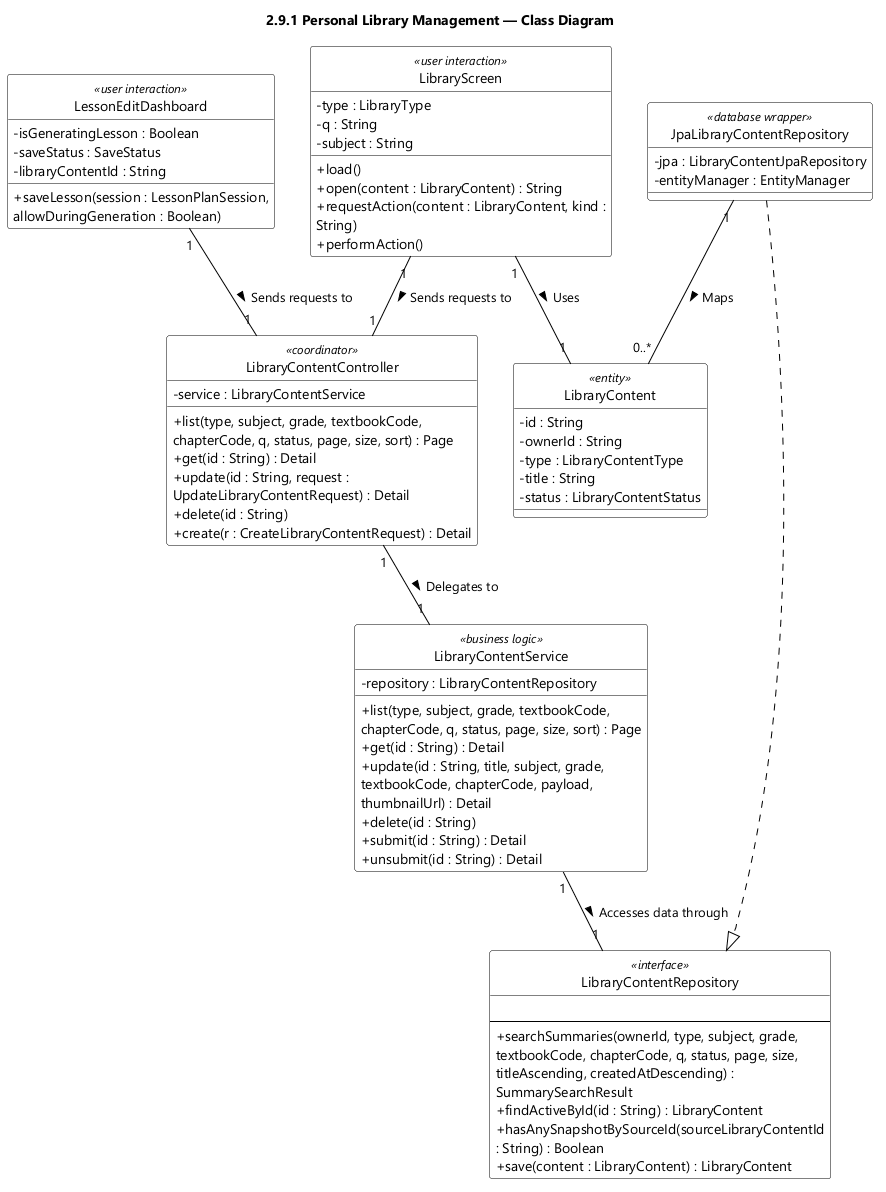
Above: designs/sds-diagrams/feat09/feat09-class-diagram.png in EduA-system/EduA-system (PlantUML), before the change. Source of this version:
```plantuml
@startuml feat09 Personal Library Management - Class Diagram
skinparamlocked dpi 96
skinparam defaultFontName "Segoe UI"
skinparam shadowing false
skinparam wrapWidth 320
skinparam classBackgroundColor #FFFFFF
skinparam classBorderColor #000000
skinparam ArrowColor #000000
skinparam classAttributeIconSize 0
hide circle
title 2.9.1 Personal Library Management — Class Diagram
class LibraryScreen <<user interaction>> {
  - type : LibraryType
  - q : String
  - subject : String
  + load()
  + open(content : LibraryContent) : String
  + requestAction(content : LibraryContent, kind : String)
  + performAction()
}

class LibraryContentController <<coordinator>> {
  - service : LibraryContentService
  + list(type, subject, grade, textbookCode, chapterCode, q, status, page, size, sort) : Page
  + get(id : String) : Detail
  + update(id : String, request : UpdateLibraryContentRequest) : Detail
  + delete(id : String)
  + create(r : CreateLibraryContentRequest) : Detail
}

class LibraryContentService <<business logic>> {
  - repository : LibraryContentRepository
  + list(type, subject, grade, textbookCode, chapterCode, q, status, page, size, sort) : Page
  + get(id : String) : Detail
  + update(id : String, title, subject, grade, textbookCode, chapterCode, payload, thumbnailUrl) : Detail
  + delete(id : String)
  + submit(id : String) : Detail
  + unsubmit(id : String) : Detail
}

class LibraryContentRepository <<interface>> {
  {field}
  --
  + searchSummaries(ownerId, type, subject, grade, textbookCode, chapterCode, q, status, page, size, titleAscending, createdAtDescending) : SummarySearchResult
  + findActiveById(id : String) : LibraryContent
  + hasAnySnapshotBySourceId(sourceLibraryContentId : String) : Boolean
  + save(content : LibraryContent) : LibraryContent
}

class LessonEditDashboard <<user interaction>> {
  - isGeneratingLesson : Boolean
  - saveStatus : SaveStatus
  - libraryContentId : String
  + saveLesson(session : LessonPlanSession, allowDuringGeneration : Boolean)
}

class JpaLibraryContentRepository <<database wrapper>> {
  - jpa : LibraryContentJpaRepository
  - entityManager : EntityManager
}

class LibraryContent <<entity>> {
  - id : String
  - ownerId : String
  - type : LibraryContentType
  - title : String
  - status : LibraryContentStatus
}

LibraryScreen "1" -- "1" LibraryContent : Uses >
LibraryContentController "1" -- "1" LibraryContentService : Delegates to >
LibraryContentService "1" -- "1" LibraryContentRepository : Accesses data through >
LibraryScreen "1" -- "1" LibraryContentController : Sends requests to >
LessonEditDashboard "1" -- "1" LibraryContentController : Sends requests to >
JpaLibraryContentRepository ..|> LibraryContentRepository
JpaLibraryContentRepository "1" -- "0..*" LibraryContent : Maps >

@enduml
```
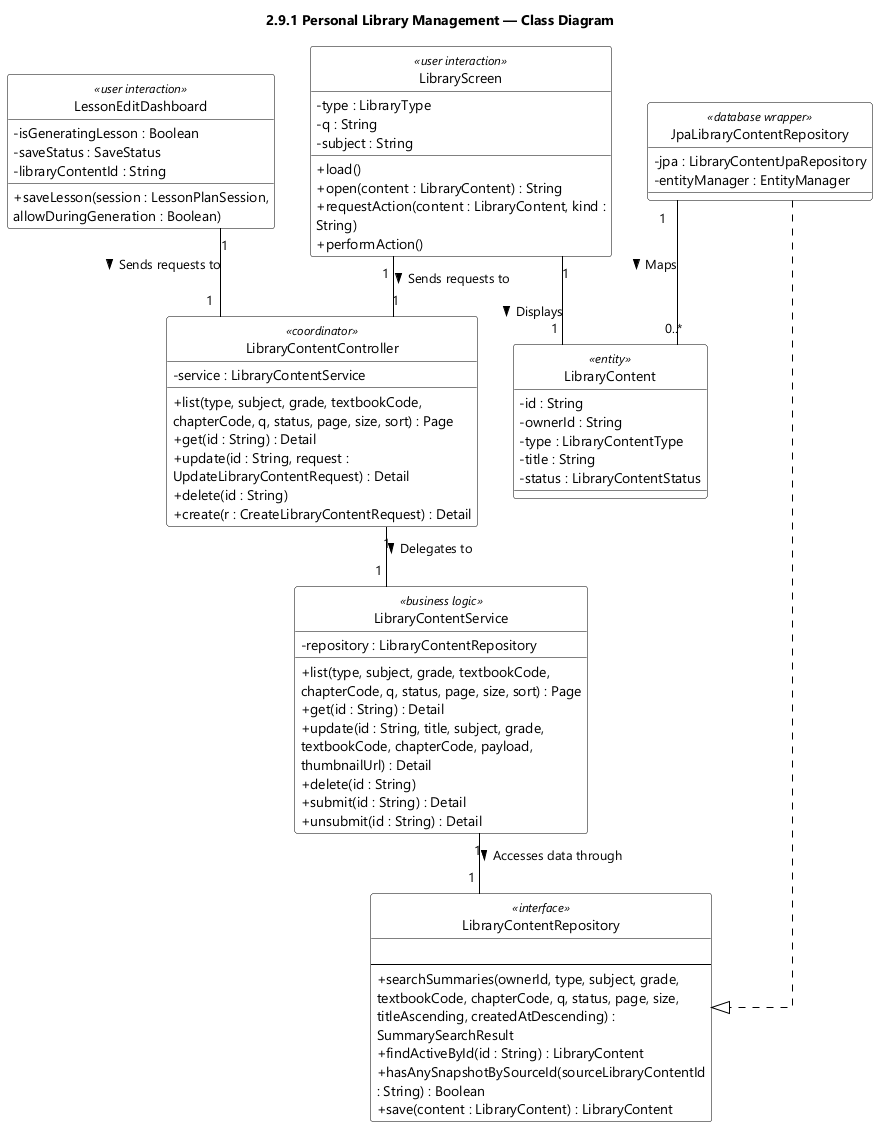
The same file after the commit.

What changed in the source:
```diff
@@ -7,6 +7,7 @@
 skinparam classBorderColor #000000
 skinparam ArrowColor #000000
 skinparam classAttributeIconSize 0
+skinparam linetype ortho
 hide circle
 title 2.9.1 Personal Library Management — Class Diagram
 class LibraryScreen <<user interaction>> {
@@ -67,7 +68,7 @@
   - status : LibraryContentStatus
 }
 
-LibraryScreen "1" -- "1" LibraryContent : Uses >
+LibraryScreen "1" -- "1" LibraryContent : Displays >
 LibraryContentController "1" -- "1" LibraryContentService : Delegates to >
 LibraryContentService "1" -- "1" LibraryContentRepository : Accesses data through >
 LibraryScreen "1" -- "1" LibraryContentController : Sends requests to >
```
